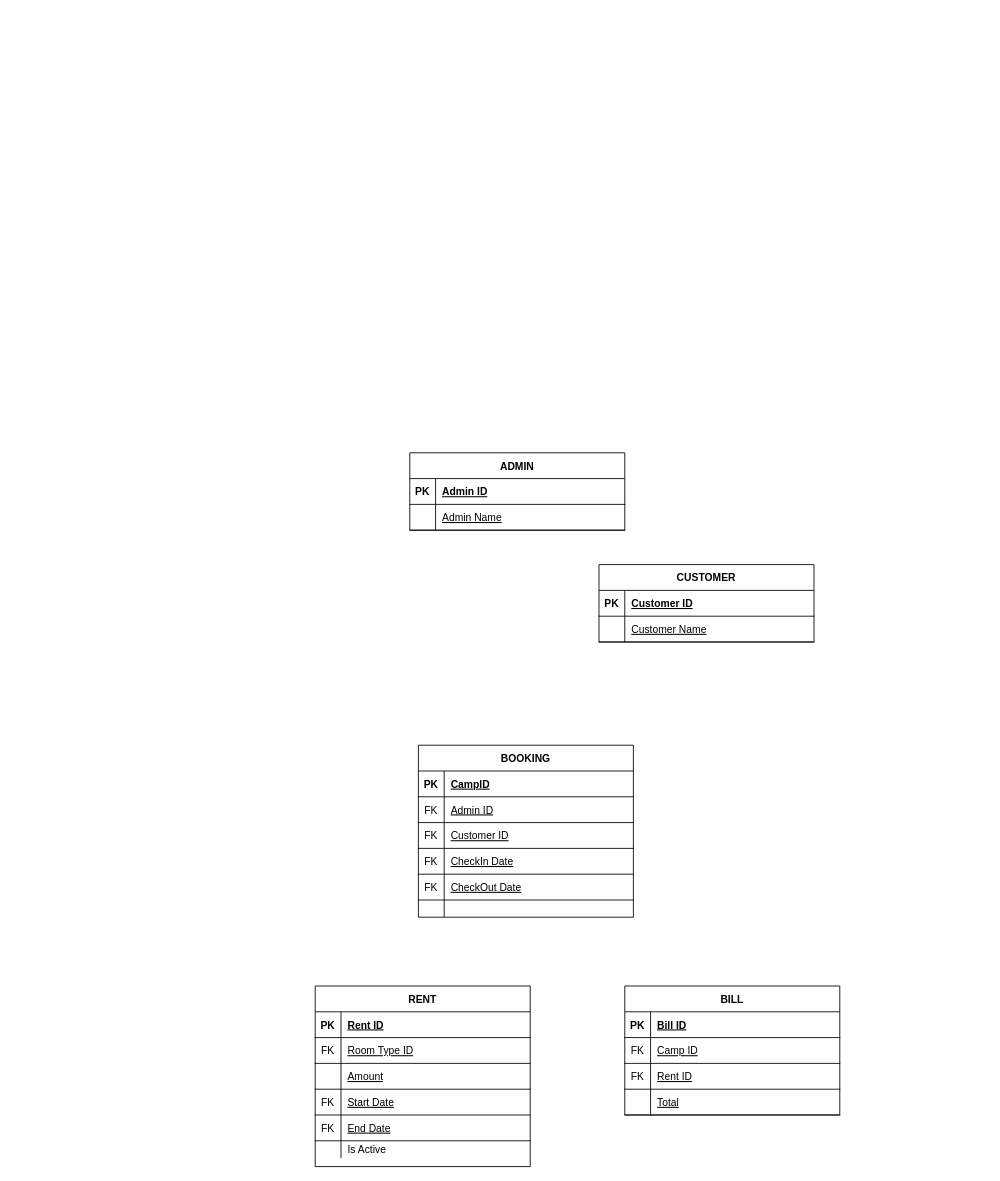
This is ER.drawio from Aceeka/Bio, a draw.io file, before an edit. Source tidied: cells renumbered, new cells numbered last; positions are measured from the earlier drawing's top-left corner, leaving out a move shared by most shapes. Both pictures are drawn from the tidied source at 86%, with x=0, y=0 at pixel (315, 452).
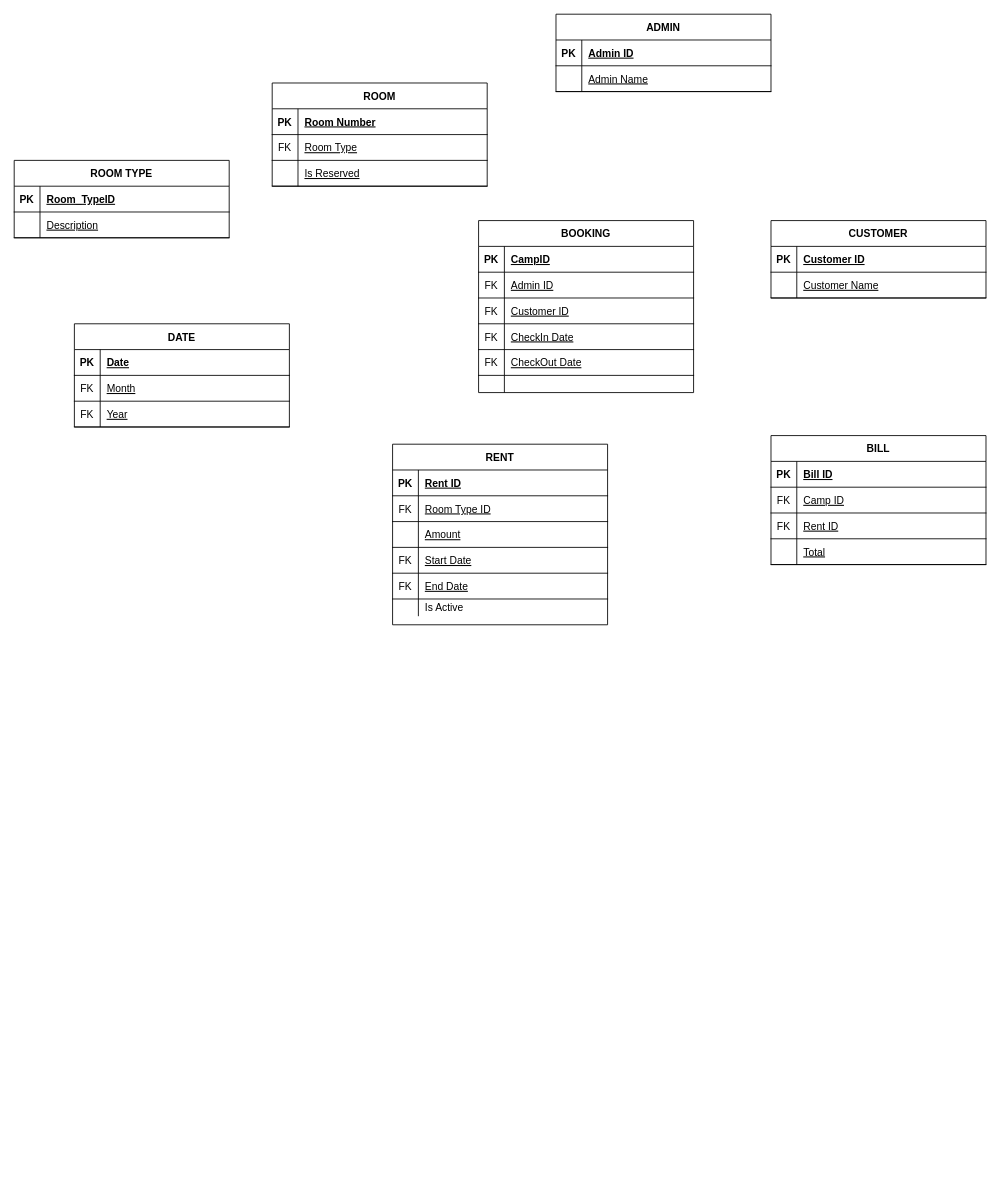
Above is the later version.

Diff of the diagram source:
```diff
@@
     <mxCell id="2" value="BOOKING" style="shape=table;startSize=30;childLayout=tableLayout;rowLines=0;fontStyle=1;align=center;" parent="1" vertex="1">
-      <mxGeometry x="120" y="340" width="250" height="200" as="geometry" />
+      <mxGeometry x="190" y="-270" width="250" height="200" as="geometry" />
     </mxCell>
@@
     <mxCell id="21" value="ADMIN" style="shape=table;startSize=30;childLayout=tableLayout;rowLines=0;fontStyle=1;align=center;" parent="1" vertex="1">
-      <mxGeometry x="110" width="250" height="90" as="geometry" />
+      <mxGeometry x="280" y="-510" width="250" height="90" as="geometry" />
     </mxCell>
@@
     <mxCell id="28" value="CUSTOMER" style="shape=table;startSize=30;childLayout=tableLayout;rowLines=0;fontStyle=1;align=center;" parent="1" vertex="1">
-      <mxGeometry x="330" y="130" width="250" height="90" as="geometry" />
+      <mxGeometry x="530" y="-270" width="250" height="90" as="geometry" />
     </mxCell>
@@
     <mxCell id="35" value="BILL" style="shape=table;startSize=30;childLayout=tableLayout;rowLines=0;fontStyle=1;align=center;" parent="1" vertex="1">
-      <mxGeometry x="360" y="620" width="250" height="150" as="geometry" />
+      <mxGeometry x="530" y="-20" width="250" height="150" as="geometry" />
     </mxCell>
@@
     <mxCell id="48" value="RENT" style="shape=table;startSize=30;childLayout=tableLayout;rowLines=0;fontStyle=1;align=center;" parent="1" vertex="1">
-      <mxGeometry y="620" width="250" height="210" as="geometry" />
+      <mxGeometry x="90" y="-10" width="250" height="210" as="geometry" />
     </mxCell>
@@
+    <mxCell id="67" value="DATE" style="shape=table;startSize=30;childLayout=tableLayout;rowLines=0;fontStyle=1;align=center;" parent="1" vertex="1">
+      <mxGeometry x="-280" y="-150" width="250" height="120" as="geometry" />
+    </mxCell>
+    <mxCell id="68" style="shape=partialRectangle;fillColor=none;top=0;left=0;right=0;bottom=1;" parent="67" vertex="1">
+      <mxGeometry y="30" width="250" height="30" as="geometry" />
+    </mxCell>
+    <mxCell id="69" value="PK" style="shape=partialRectangle;overflow=hidden;fillColor=none;top=0;left=0;bottom=0;right=0;fontStyle=1;" parent="68" vertex="1">
+      <mxGeometry width="30" height="30" as="geometry" />
+    </mxCell>
+    <mxCell id="70" value="Date" style="shape=partialRectangle;overflow=hidden;fillColor=none;top=0;left=0;bottom=0;right=0;align=left;spacingLeft=6;fontStyle=5;" parent="68" vertex="1">
+      <mxGeometry x="30" width="220" height="30" as="geometry" />
+    </mxCell>
+    <mxCell id="71" style="shape=partialRectangle;fillColor=none;top=0;left=0;right=0;bottom=1;" parent="67" vertex="1">
+      <mxGeometry y="60" width="250" height="30" as="geometry" />
+    </mxCell>
+    <mxCell id="72" value="FK" style="shape=partialRectangle;overflow=hidden;fillColor=none;top=0;left=0;bottom=0;right=0;fontStyle=0;" parent="71" vertex="1">
+      <mxGeometry width="30" height="30" as="geometry" />
+    </mxCell>
+    <mxCell id="73" value="Month" style="shape=partialRectangle;overflow=hidden;fillColor=none;top=0;left=0;bottom=0;right=0;align=left;spacingLeft=6;fontStyle=4;" parent="71" vertex="1">
+      <mxGeometry x="30" width="220" height="30" as="geometry" />
+    </mxCell>
+    <mxCell id="74" style="shape=partialRectangle;fillColor=none;top=0;left=0;right=0;bottom=1;" parent="67" vertex="1">
+      <mxGeometry y="90" width="250" height="30" as="geometry" />
+    </mxCell>
+    <mxCell id="75" value="FK" style="shape=partialRectangle;overflow=hidden;fillColor=none;top=0;left=0;bottom=0;right=0;fontStyle=0;" parent="74" vertex="1">
+      <mxGeometry width="30" height="30" as="geometry" />
+    </mxCell>
+    <mxCell id="76" value="Year" style="shape=partialRectangle;overflow=hidden;fillColor=none;top=0;left=0;bottom=0;right=0;align=left;spacingLeft=6;fontStyle=4;" parent="74" vertex="1">
+      <mxGeometry x="30" width="220" height="30" as="geometry" />
+    </mxCell>
+    <mxCell id="77" value="ROOM TYPE" style="shape=table;startSize=30;childLayout=tableLayout;rowLines=0;fontStyle=1;align=center;" parent="1" vertex="1">
+      <mxGeometry x="-350" y="-340" width="250" height="90" as="geometry" />
+    </mxCell>
+    <mxCell id="78" style="shape=partialRectangle;fillColor=none;top=0;left=0;right=0;bottom=1;" parent="77" vertex="1">
+      <mxGeometry y="30" width="250" height="30" as="geometry" />
+    </mxCell>
+    <mxCell id="79" value="PK" style="shape=partialRectangle;overflow=hidden;fillColor=none;top=0;left=0;bottom=0;right=0;fontStyle=1;" parent="78" vertex="1">
+      <mxGeometry width="30" height="30" as="geometry" />
+    </mxCell>
+    <mxCell id="80" value="Room_TypeID" style="shape=partialRectangle;overflow=hidden;fillColor=none;top=0;left=0;bottom=0;right=0;align=left;spacingLeft=6;fontStyle=5;" parent="78" vertex="1">
+      <mxGeometry x="30" width="220" height="30" as="geometry" />
+    </mxCell>
+    <mxCell id="81" style="shape=partialRectangle;fillColor=none;top=0;left=0;right=0;bottom=1;" parent="77" vertex="1">
+      <mxGeometry y="60" width="250" height="30" as="geometry" />
+    </mxCell>
+    <mxCell id="82" style="shape=partialRectangle;overflow=hidden;fillColor=none;top=0;left=0;bottom=0;right=0;fontStyle=0;" parent="81" vertex="1">
+      <mxGeometry width="30" height="30" as="geometry" />
+    </mxCell>
+    <mxCell id="83" value="Description" style="shape=partialRectangle;overflow=hidden;fillColor=none;top=0;left=0;bottom=0;right=0;align=left;spacingLeft=6;fontStyle=4;" parent="81" vertex="1">
+      <mxGeometry x="30" width="220" height="30" as="geometry" />
+    </mxCell>
+    <mxCell id="84" value="ROOM" style="shape=table;startSize=30;childLayout=tableLayout;rowLines=0;fontStyle=1;align=center;" parent="1" vertex="1">
+      <mxGeometry x="-50" y="-430" width="250" height="120" as="geometry" />
+    </mxCell>
+    <mxCell id="85" style="shape=partialRectangle;fillColor=none;top=0;left=0;right=0;bottom=1;" parent="84" vertex="1">
+      <mxGeometry y="30" width="250" height="30" as="geometry" />
+    </mxCell>
+    <mxCell id="86" value="PK" style="shape=partialRectangle;overflow=hidden;fillColor=none;top=0;left=0;bottom=0;right=0;fontStyle=1;" parent="85" vertex="1">
+      <mxGeometry width="30" height="30" as="geometry" />
+    </mxCell>
+    <mxCell id="87" value="Room Number" style="shape=partialRectangle;overflow=hidden;fillColor=none;top=0;left=0;bottom=0;right=0;align=left;spacingLeft=6;fontStyle=5;" parent="85" vertex="1">
+      <mxGeometry x="30" width="220" height="30" as="geometry" />
+    </mxCell>
+    <mxCell id="88" style="shape=partialRectangle;fillColor=none;top=0;left=0;right=0;bottom=1;" parent="84" vertex="1">
+      <mxGeometry y="60" width="250" height="30" as="geometry" />
+    </mxCell>
+    <mxCell id="89" value="FK" style="shape=partialRectangle;overflow=hidden;fillColor=none;top=0;left=0;bottom=0;right=0;fontStyle=0;" parent="88" vertex="1">
+      <mxGeometry width="30" height="30" as="geometry" />
+    </mxCell>
+    <mxCell id="90" value="Room Type" style="shape=partialRectangle;overflow=hidden;fillColor=none;top=0;left=0;bottom=0;right=0;align=left;spacingLeft=6;fontStyle=4;" parent="88" vertex="1">
+      <mxGeometry x="30" width="220" height="30" as="geometry" />
+    </mxCell>
+    <mxCell id="91" style="shape=partialRectangle;fillColor=none;top=0;left=0;right=0;bottom=1;" parent="84" vertex="1">
+      <mxGeometry y="90" width="250" height="30" as="geometry" />
+    </mxCell>
+    <mxCell id="92" style="shape=partialRectangle;overflow=hidden;fillColor=none;top=0;left=0;bottom=0;right=0;fontStyle=0;" parent="91" vertex="1">
+      <mxGeometry width="30" height="30" as="geometry" />
+    </mxCell>
+    <mxCell id="93" value="Is Reserved" style="shape=partialRectangle;overflow=hidden;fillColor=none;top=0;left=0;bottom=0;right=0;align=left;spacingLeft=6;fontStyle=4;" parent="91" vertex="1">
+      <mxGeometry x="30" width="220" height="30" as="geometry" />
+    </mxCell>
```
